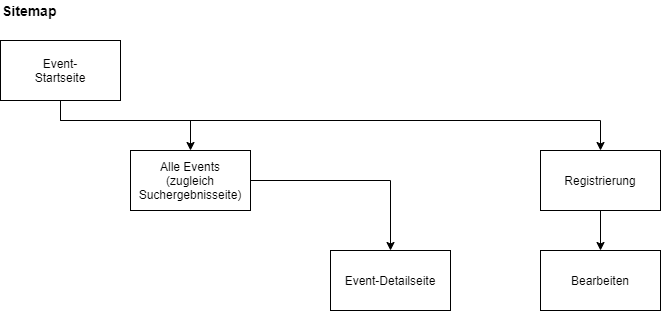
mbalabanov/event-mini-projekt keeps this draw.io diagram as documentation/sitemap.png. Above is the earlier version. Source tidied: cells renumbered, new cells last; positions are measured from the earlier drawing's top-left corner, leaving out a move shared by most shapes. The source it was exported from:
```xml
<mxGraphModel>
  <root>
    <mxCell id="0" />
    <mxCell id="1" parent="0" />
    <mxCell id="2" style="edgeStyle=orthogonalEdgeStyle;rounded=0;jettySize=auto;html=1;entryX=0.5;entryY=0;entryDx=0;entryDy=0;" parent="1" edge="1" source="4" target="6">
      <mxGeometry relative="1" as="geometry">
        <Array as="points">
          <mxPoint x="60" y="120" />
          <mxPoint x="190" y="120" />
        </Array>
      </mxGeometry>
    </mxCell>
    <mxCell id="3" style="edgeStyle=orthogonalEdgeStyle;rounded=0;jettySize=auto;html=1;entryX=0.5;entryY=0;entryDx=0;entryDy=0;" parent="1" edge="1" source="4" target="9">
      <mxGeometry relative="1" as="geometry">
        <Array as="points">
          <mxPoint x="60" y="120" />
          <mxPoint x="600" y="120" />
        </Array>
      </mxGeometry>
    </mxCell>
    <mxCell id="4" value="Event-&lt;br&gt;Startseite" style="rounded=0;whiteSpace=wrap;html=1;" parent="1" vertex="1">
      <mxGeometry y="40" width="120" height="60" as="geometry" />
    </mxCell>
    <mxCell id="5" style="edgeStyle=orthogonalEdgeStyle;rounded=0;jettySize=auto;html=1;entryX=0.5;entryY=0;entryDx=0;entryDy=0;" parent="1" edge="1" source="6" target="7">
      <mxGeometry relative="1" as="geometry" />
    </mxCell>
    <mxCell id="6" value="Alle Events&lt;br&gt;(zugleich Suchergebnisseite)" style="rounded=0;whiteSpace=wrap;html=1;" parent="1" vertex="1">
      <mxGeometry x="130" y="150" width="120" height="60" as="geometry" />
    </mxCell>
    <mxCell id="7" value="Event-Detailseite" style="rounded=0;whiteSpace=wrap;html=1;" parent="1" vertex="1">
      <mxGeometry x="330" y="250" width="120" height="60" as="geometry" />
    </mxCell>
    <mxCell id="8" style="edgeStyle=orthogonalEdgeStyle;rounded=0;jettySize=auto;html=1;entryX=0.5;entryY=0;entryDx=0;entryDy=0;" parent="1" edge="1" source="9" target="10">
      <mxGeometry relative="1" as="geometry" />
    </mxCell>
    <mxCell id="9" value="Registrierung" style="rounded=0;whiteSpace=wrap;html=1;" parent="1" vertex="1">
      <mxGeometry x="540" y="150" width="120" height="60" as="geometry" />
    </mxCell>
    <mxCell id="10" value="Bearbeiten" style="rounded=0;whiteSpace=wrap;html=1;" parent="1" vertex="1">
      <mxGeometry x="540" y="250" width="120" height="60" as="geometry" />
    </mxCell>
    <mxCell id="11" value="&lt;font style=&quot;font-size: 14px&quot;&gt;&lt;b&gt;Sitemap&lt;/b&gt;&lt;/font&gt;" style="text;html=1;strokeColor=none;fillColor=none;align=left;verticalAlign=middle;whiteSpace=wrap;rounded=0;" parent="1" vertex="1">
      <mxGeometry width="80" height="20" as="geometry" />
    </mxCell>
  </root>
</mxGraphModel>
```
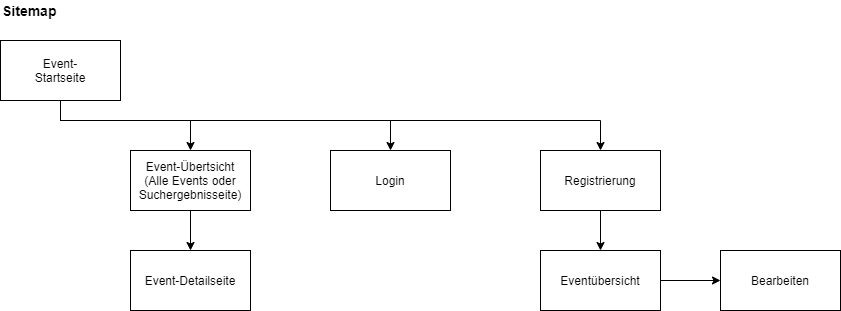
Above is the later version.

What changed in the source:
```diff
@@ -18,29 +18,46 @@
         </Array>
       </mxGeometry>
     </mxCell>
+    <mxCell id="12" style="edgeStyle=orthogonalEdgeStyle;rounded=0;jettySize=auto;html=1;entryX=0.5;entryY=0;entryDx=0;entryDy=0;" parent="1" edge="1" source="4" target="14">
+      <mxGeometry relative="1" as="geometry">
+        <Array as="points">
+          <mxPoint x="60" y="120" />
+          <mxPoint x="390" y="120" />
+        </Array>
+      </mxGeometry>
+    </mxCell>
     <mxCell id="4" value="Event-&lt;br&gt;Startseite" style="rounded=0;whiteSpace=wrap;html=1;" parent="1" vertex="1">
       <mxGeometry y="40" width="120" height="60" as="geometry" />
     </mxCell>
     <mxCell id="5" style="edgeStyle=orthogonalEdgeStyle;rounded=0;jettySize=auto;html=1;entryX=0.5;entryY=0;entryDx=0;entryDy=0;" parent="1" edge="1" source="6" target="7">
       <mxGeometry relative="1" as="geometry" />
     </mxCell>
-    <mxCell id="6" value="Alle Events&lt;br&gt;(zugleich Suchergebnisseite)" style="rounded=0;whiteSpace=wrap;html=1;" parent="1" vertex="1">
+    <mxCell id="6" value="Event-Übertsicht&lt;br&gt;(Alle Events&amp;nbsp;oder Suchergebnisseite)" style="rounded=0;whiteSpace=wrap;html=1;" parent="1" vertex="1">
       <mxGeometry x="130" y="150" width="120" height="60" as="geometry" />
     </mxCell>
     <mxCell id="7" value="Event-Detailseite" style="rounded=0;whiteSpace=wrap;html=1;" parent="1" vertex="1">
-      <mxGeometry x="330" y="250" width="120" height="60" as="geometry" />
+      <mxGeometry x="130" y="250" width="120" height="60" as="geometry" />
     </mxCell>
-    <mxCell id="8" style="edgeStyle=orthogonalEdgeStyle;rounded=0;jettySize=auto;html=1;entryX=0.5;entryY=0;entryDx=0;entryDy=0;" parent="1" edge="1" source="9" target="10">
-      <mxGeometry relative="1" as="geometry" />
-    </mxCell>
+    <mxCell id="13" style="edgeStyle=orthogonalEdgeStyle;rounded=0;jettySize=auto;html=1;" parent="1" edge="1" source="9" target="16">
+      <mxGeometry relative="1" as="geometry" />
+    </mxCell>
     <mxCell id="9" value="Registrierung" style="rounded=0;whiteSpace=wrap;html=1;" parent="1" vertex="1">
       <mxGeometry x="540" y="150" width="120" height="60" as="geometry" />
     </mxCell>
     <mxCell id="10" value="Bearbeiten" style="rounded=0;whiteSpace=wrap;html=1;" parent="1" vertex="1">
-      <mxGeometry x="540" y="250" width="120" height="60" as="geometry" />
+      <mxGeometry x="720" y="250" width="120" height="60" as="geometry" />
     </mxCell>
     <mxCell id="11" value="&lt;font style=&quot;font-size: 14px&quot;&gt;&lt;b&gt;Sitemap&lt;/b&gt;&lt;/font&gt;" style="text;html=1;strokeColor=none;fillColor=none;align=left;verticalAlign=middle;whiteSpace=wrap;rounded=0;" parent="1" vertex="1">
       <mxGeometry width="80" height="20" as="geometry" />
     </mxCell>
+    <mxCell id="14" value="Login" style="rounded=0;whiteSpace=wrap;html=1;" parent="1" vertex="1">
+      <mxGeometry x="330" y="150" width="120" height="60" as="geometry" />
+    </mxCell>
+    <mxCell id="15" style="edgeStyle=orthogonalEdgeStyle;rounded=0;jettySize=auto;html=1;entryX=0;entryY=0.5;entryDx=0;entryDy=0;" parent="1" edge="1" source="16" target="10">
+      <mxGeometry relative="1" as="geometry" />
+    </mxCell>
+    <mxCell id="16" value="Eventübersicht" style="rounded=0;whiteSpace=wrap;html=1;" parent="1" vertex="1">
+      <mxGeometry x="540" y="250" width="120" height="60" as="geometry" />
+    </mxCell>
   </root>
 </mxGraphModel>
```
